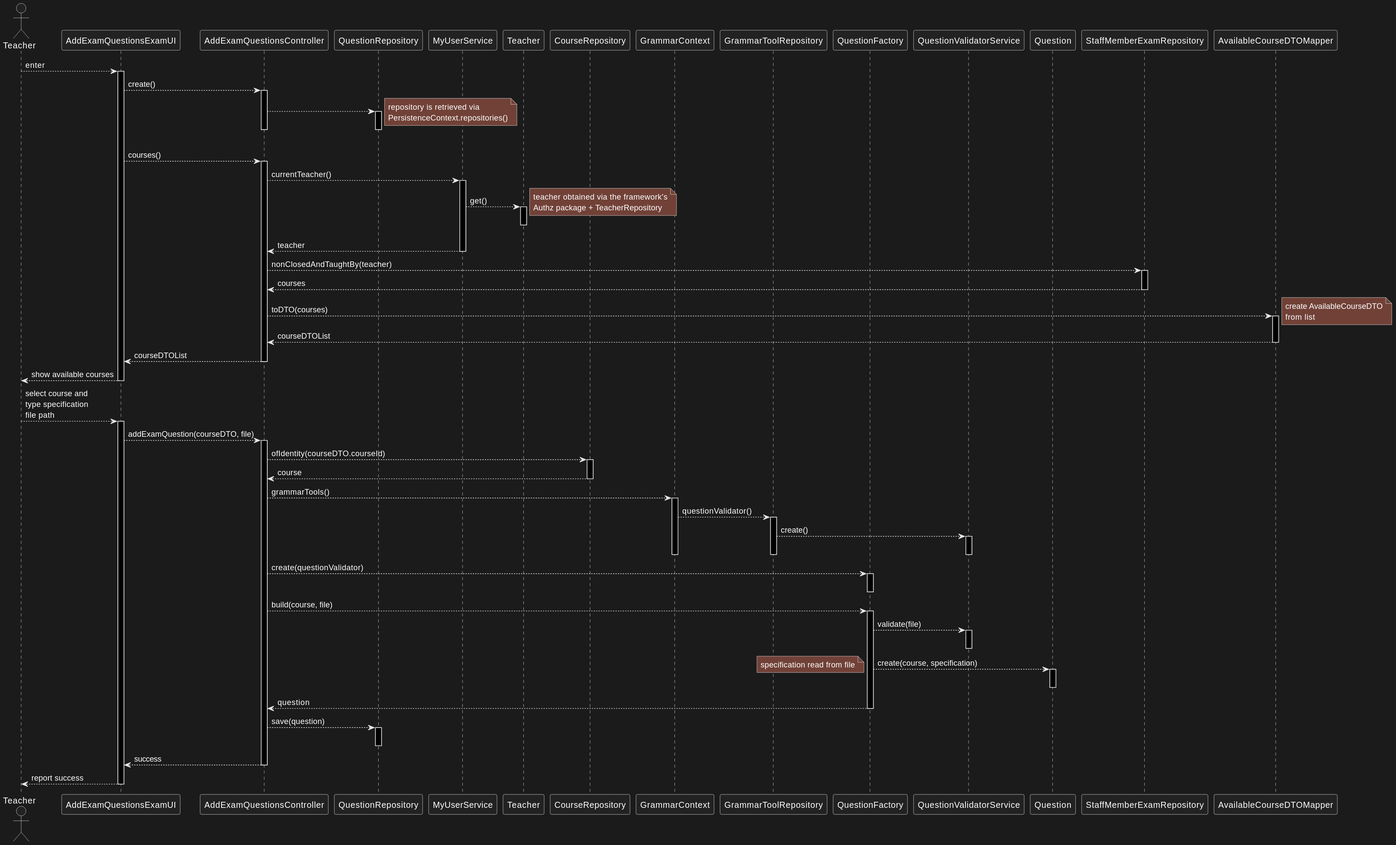
The PlantUML diagram docs/us_2007/sd.svg in jovami/isep-lapr4, before a commit.
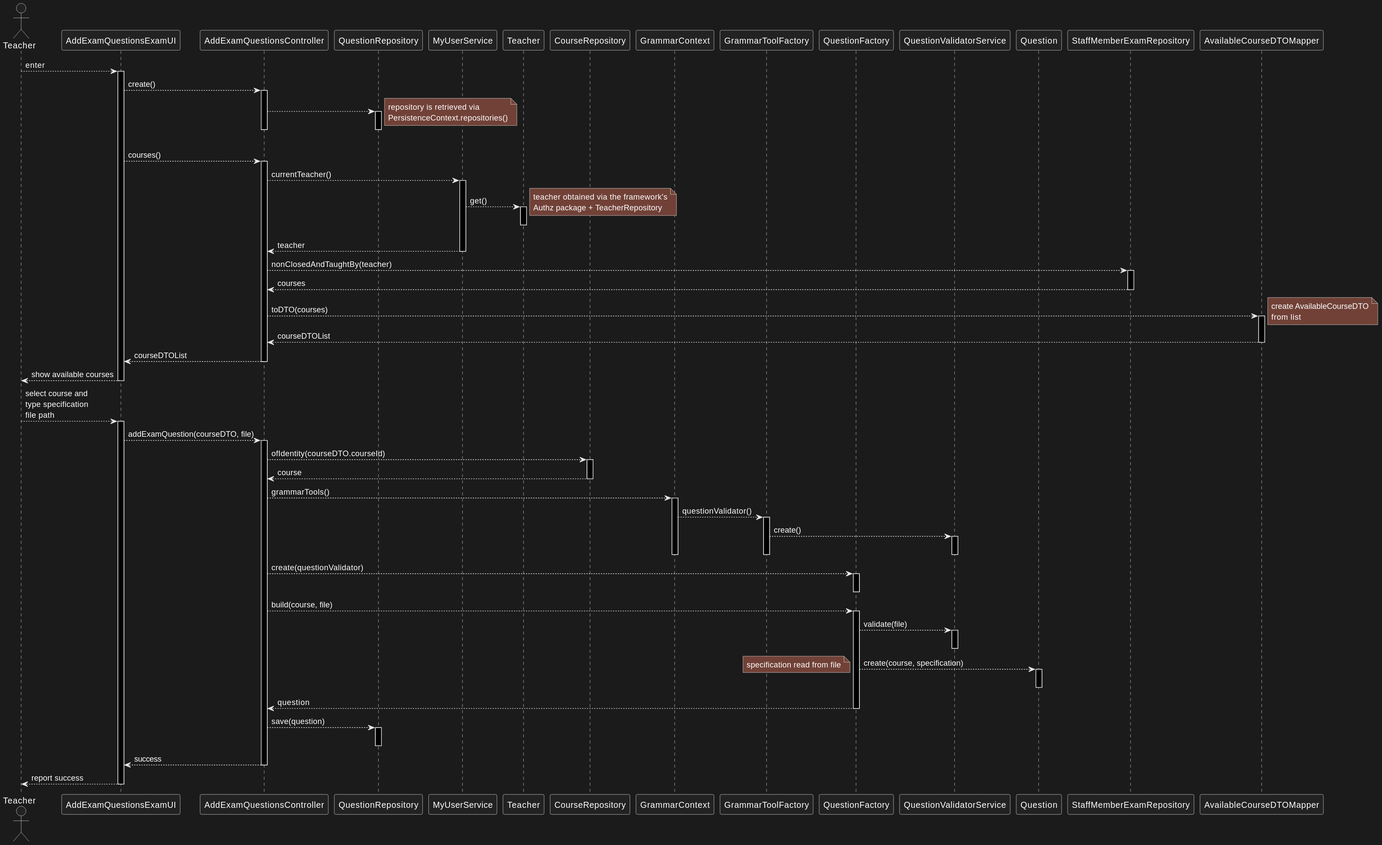
Later version of the same file.

What changed in the source:
```diff
@@ -11,7 +11,7 @@
 participant CourseRepository as c_repo
 
 participant GrammarContext as ctx
-participant GrammarToolRepository as grepo
+participant GrammarToolFactory as grepo
 
 participant QuestionFactory as fact
 participant QuestionValidatorService as svc
```
